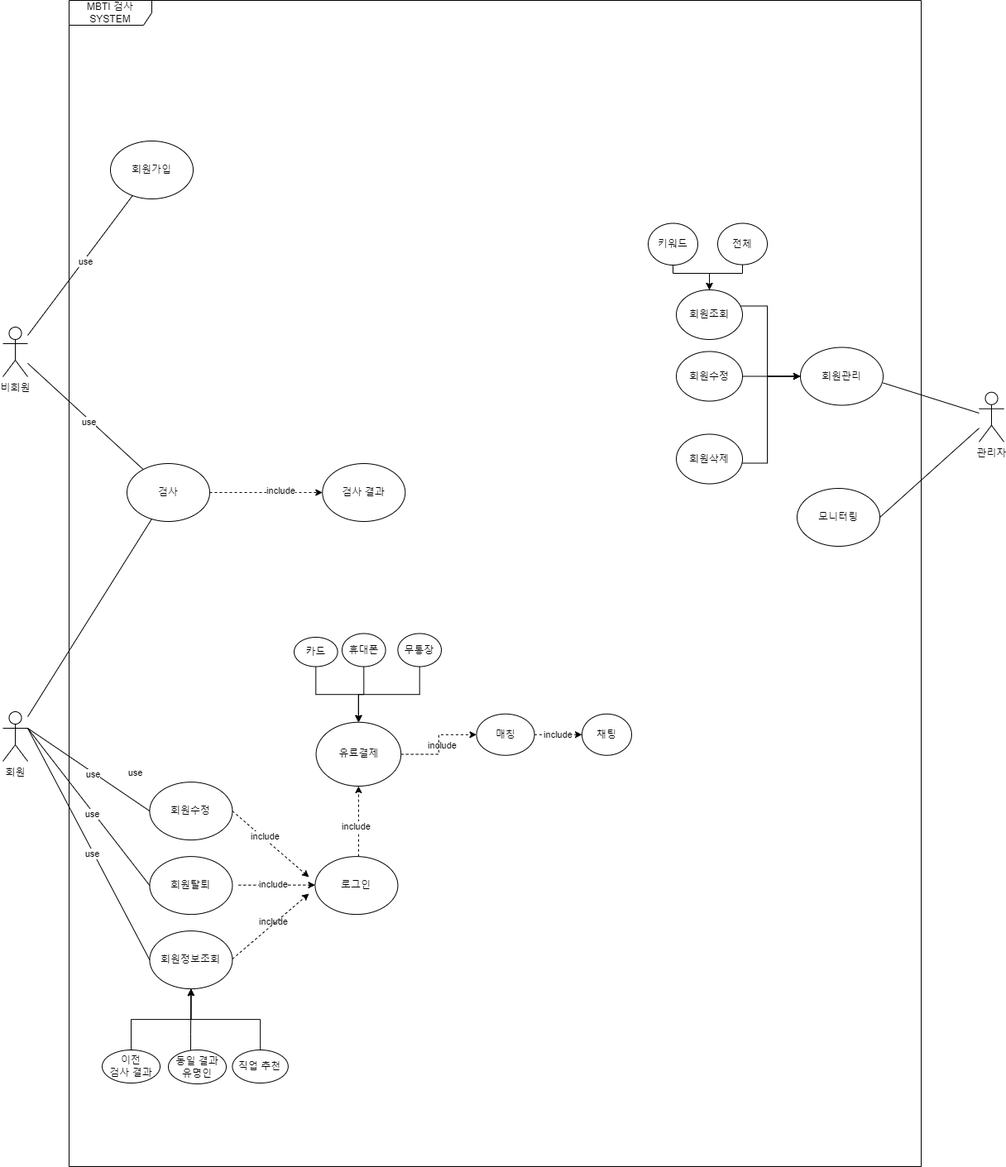
Before: 6조.drawio.png, a diagram exported from draw.io (JIWON55/TESTREPO_01). Source tidied: cells renumbered, new cells last; positions are measured from the earlier drawing's top-left corner, leaving out a move shared by most shapes.
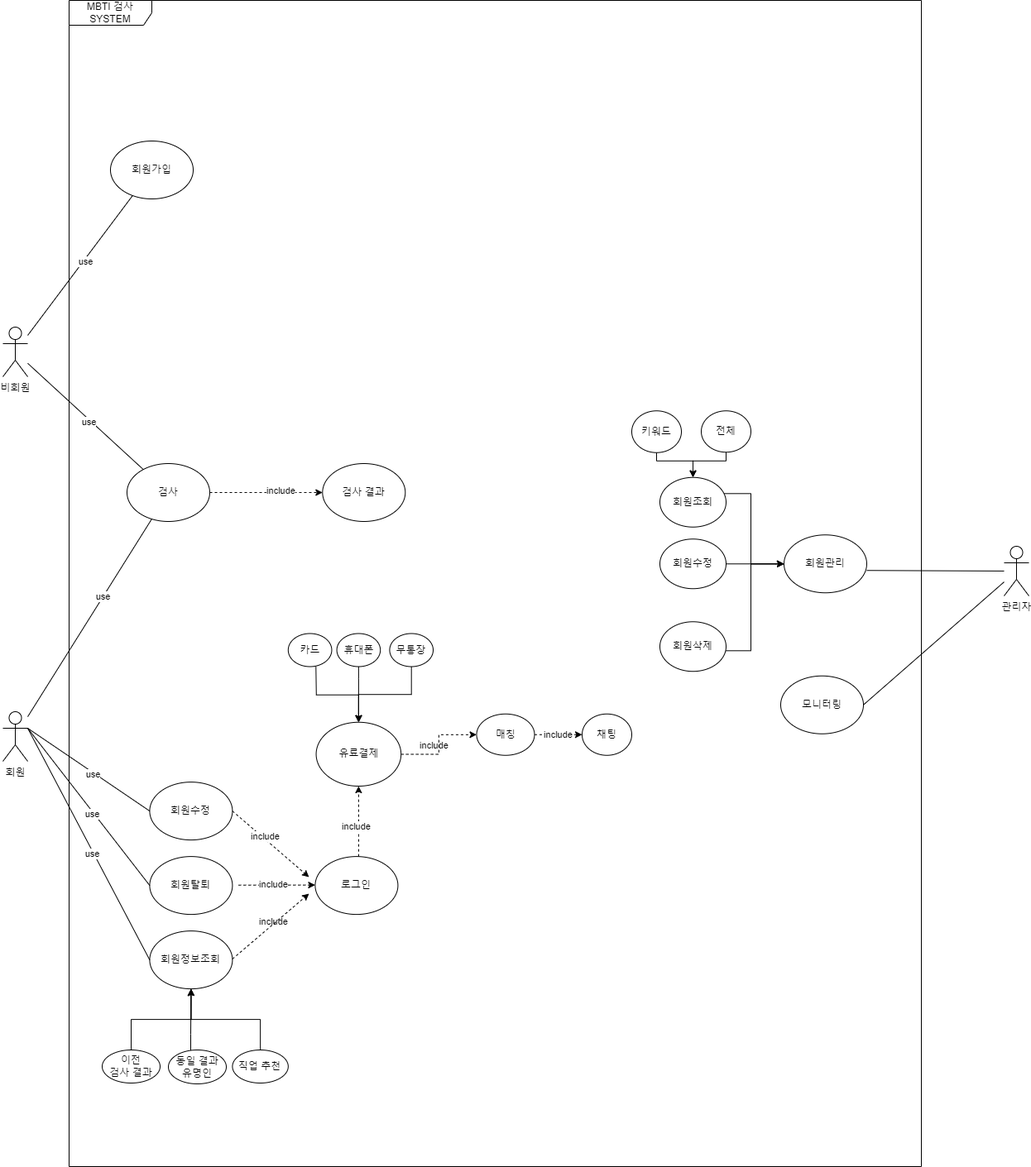
The same file after the commit.

Commit message:
6조.drawio.png 업데이트

Change to the diagram source:
```diff
@@ -9,7 +9,7 @@
       <mxGeometry y="395" width="30" height="60" as="geometry" />
     </mxCell>
     <mxCell id="4" value="관리자" style="shape=umlActor;verticalLabelPosition=bottom;verticalAlign=top;html=1;outlineConnect=0;" parent="1" vertex="1">
-      <mxGeometry x="1180" y="473.8" width="30" height="60" as="geometry" />
+      <mxGeometry x="1210" y="660" width="30" height="60" as="geometry" />
     </mxCell>
     <mxCell id="5" value="MBTI 검사&lt;br&gt;SYSTEM" style="shape=umlFrame;whiteSpace=wrap;html=1;width=100;height=30;" parent="1" vertex="1">
       <mxGeometry x="80" width="1030" height="1410" as="geometry" />
@@ -73,10 +73,10 @@
       <mxGeometry x="150" y="560" width="100" height="70" as="geometry" />
     </mxCell>
     <mxCell id="22" value="회원관리" style="ellipse;whiteSpace=wrap;html=1;" parent="1" vertex="1">
-      <mxGeometry x="964" y="419.5" width="100" height="70" as="geometry" />
+      <mxGeometry x="944" y="646.2" width="100" height="70" as="geometry" />
     </mxCell>
     <mxCell id="23" value="모니터링" style="ellipse;whiteSpace=wrap;html=1;" parent="1" vertex="1">
-      <mxGeometry x="960" y="590" width="100" height="70" as="geometry" />
+      <mxGeometry x="940" y="816.8" width="100" height="70" as="geometry" />
     </mxCell>
     <mxCell id="24" style="edgeStyle=orthogonalEdgeStyle;rounded=0;orthogonalLoop=1;jettySize=auto;html=1;exitX=0.5;exitY=1;exitDx=0;exitDy=0;" parent="1" edge="1" source="23" target="23">
       <mxGeometry relative="1" as="geometry" />
@@ -84,35 +84,35 @@
     <mxCell id="25" style="edgeStyle=orthogonalEdgeStyle;rounded=0;jettySize=auto;html=1;" parent="1" edge="1" source="26" target="22">
       <mxGeometry relative="1" as="geometry">
         <Array as="points">
-          <mxPoint x="924" y="559.5" />
-          <mxPoint x="924" y="454.5" />
+          <mxPoint x="904" y="786.2" />
+          <mxPoint x="904" y="681.2" />
         </Array>
       </mxGeometry>
     </mxCell>
     <mxCell id="26" value="회원삭제" style="ellipse;whiteSpace=wrap;html=1;" parent="1" vertex="1">
-      <mxGeometry x="814" y="524.5" width="80" height="60" as="geometry" />
+      <mxGeometry x="794" y="751.2" width="80" height="60" as="geometry" />
     </mxCell>
     <mxCell id="27" style="edgeStyle=orthogonalEdgeStyle;rounded=0;jettySize=auto;html=1;" parent="1" edge="1" source="28" target="22">
       <mxGeometry relative="1" as="geometry">
         <Array as="points">
-          <mxPoint x="954" y="454.5" />
-          <mxPoint x="954" y="454.5" />
+          <mxPoint x="934" y="681.2" />
+          <mxPoint x="934" y="681.2" />
         </Array>
       </mxGeometry>
     </mxCell>
     <mxCell id="28" value="회원수정" style="ellipse;whiteSpace=wrap;html=1;" parent="1" vertex="1">
-      <mxGeometry x="814" y="424.5" width="80" height="60" as="geometry" />
+      <mxGeometry x="794" y="651.2" width="80" height="60" as="geometry" />
     </mxCell>
     <mxCell id="29" style="edgeStyle=orthogonalEdgeStyle;rounded=0;jettySize=auto;html=1;" parent="1" edge="1" source="30" target="22">
       <mxGeometry relative="1" as="geometry">
         <Array as="points">
-          <mxPoint x="924" y="369.5" />
-          <mxPoint x="924" y="454.5" />
+          <mxPoint x="904" y="596.2" />
+          <mxPoint x="904" y="681.2" />
         </Array>
       </mxGeometry>
     </mxCell>
     <mxCell id="30" value="회원조회" style="ellipse;whiteSpace=wrap;html=1;" parent="1" vertex="1">
-      <mxGeometry x="814" y="350" width="80" height="60" as="geometry" />
+      <mxGeometry x="794" y="576.8" width="80" height="60" as="geometry" />
     </mxCell>
     <mxCell id="31" style="endArrow=none;html=1;rounded=0;exitX=1;exitY=0.614;exitDx=0;exitDy=0;exitPerimeter=0;" parent="1" edge="1" source="22" target="4">
       <mxGeometry relative="1" as="geometry" />
@@ -123,31 +123,31 @@
     <mxCell id="33" style="edgeStyle=orthogonalEdgeStyle;rounded=0;jettySize=auto;html=1;" parent="1" edge="1" source="34" target="30">
       <mxGeometry relative="1" as="geometry">
         <Array as="points">
-          <mxPoint x="894" y="330" />
-          <mxPoint x="854" y="330" />
+          <mxPoint x="874" y="556.8" />
+          <mxPoint x="834" y="556.8" />
         </Array>
       </mxGeometry>
     </mxCell>
     <mxCell id="34" value="전체" style="ellipse;whiteSpace=wrap;html=1;" parent="1" vertex="1">
-      <mxGeometry x="864" y="269.5" width="60" height="50" as="geometry" />
+      <mxGeometry x="844" y="496.2" width="60" height="50" as="geometry" />
     </mxCell>
     <mxCell id="35" style="edgeStyle=orthogonalEdgeStyle;rounded=0;jettySize=auto;html=1;" parent="1" edge="1" source="36" target="30">
       <mxGeometry relative="1" as="geometry">
         <Array as="points">
-          <mxPoint x="810" y="330" />
-          <mxPoint x="854" y="330" />
+          <mxPoint x="790" y="556.8" />
+          <mxPoint x="834" y="556.8" />
         </Array>
       </mxGeometry>
     </mxCell>
     <mxCell id="36" value="키워드" style="ellipse;whiteSpace=wrap;html=1;" parent="1" vertex="1">
-      <mxGeometry x="780" y="269.5" width="60" height="50.5" as="geometry" />
+      <mxGeometry x="760" y="496.2" width="60" height="50.5" as="geometry" />
     </mxCell>
     <mxCell id="37" style="endArrow=none;html=1;rounded=0;" parent="1" edge="1" source="2" target="21">
       <mxGeometry relative="1" as="geometry" />
     </mxCell>
     <mxCell id="38" value="use" style="edgeLabel;html=1;align=center;verticalAlign=middle;" parent="37" vertex="1">
       <mxGeometry x="0.07" y="-2" relative="1" as="geometry">
-        <mxPoint x="47" y="195" as="offset" />
+        <mxPoint x="8" y="-18" as="offset" />
       </mxGeometry>
     </mxCell>
     <mxCell id="39" style="endArrow=none;html=1;rounded=0;" parent="1" edge="1" source="3" target="21">
@@ -188,7 +188,7 @@
       </mxGeometry>
     </mxCell>
     <mxCell id="49" value="include" style="edgeLabel;html=1;align=center;verticalAlign=middle;" parent="1" vertex="1">
-      <mxGeometry x="530" y="900" as="geometry" />
+      <mxGeometry x="520" y="900" as="geometry" />
     </mxCell>
     <mxCell id="50" style="edgeStyle=orthogonalEdgeStyle;rounded=0;jettySize=auto;html=1;dashed=1;" parent="1" edge="1" source="51" target="53">
       <mxGeometry relative="1" as="geometry" />
@@ -202,23 +202,27 @@
     <mxCell id="53" value="매칭" style="ellipse;whiteSpace=wrap;html=1;" parent="1" vertex="1">
       <mxGeometry x="572.5" y="862.8" width="70" height="50" as="geometry" />
     </mxCell>
-    <mxCell id="54" style="edgeStyle=orthogonalEdgeStyle;rounded=0;jettySize=auto;html=1;" parent="1" edge="1" source="55" target="51">
-      <mxGeometry relative="1" as="geometry" />
+    <mxCell id="54" style="edgeStyle=orthogonalEdgeStyle;rounded=0;jettySize=auto;html=1;" parent="1" edge="1" target="51">
+      <mxGeometry relative="1" as="geometry">
+        <mxPoint x="378.3" y="805.5" as="sourcePoint" />
+      </mxGeometry>
     </mxCell>
-    <mxCell id="55" value="카드" style="ellipse;whiteSpace=wrap;html=1;" parent="1" vertex="1">
-      <mxGeometry x="352" y="770" width="52.6" height="35.5" as="geometry" />
-    </mxCell>
     <mxCell id="56" style="edgeStyle=orthogonalEdgeStyle;rounded=0;jettySize=auto;html=1;" parent="1" edge="1" source="57" target="51">
-      <mxGeometry relative="1" as="geometry" />
+      <mxGeometry relative="1" as="geometry">
+        <Array as="points">
+          <mxPoint x="430" y="820" />
+          <mxPoint x="430" y="820" />
+        </Array>
+      </mxGeometry>
     </mxCell>
     <mxCell id="57" value="휴대폰" style="ellipse;whiteSpace=wrap;html=1;" parent="1" vertex="1">
-      <mxGeometry x="410" y="765.5" width="52.6" height="40" as="geometry" />
+      <mxGeometry x="403.6" y="765.5" width="52.6" height="40" as="geometry" />
     </mxCell>
     <mxCell id="58" style="edgeStyle=orthogonalEdgeStyle;rounded=0;jettySize=auto;html=1;" parent="1" edge="1" source="59" target="51">
       <mxGeometry relative="1" as="geometry" />
     </mxCell>
     <mxCell id="59" value="무통장" style="ellipse;whiteSpace=wrap;html=1;" parent="1" vertex="1">
-      <mxGeometry x="477.4" y="765.5" width="52.6" height="40" as="geometry" />
+      <mxGeometry x="467.4" y="765.5" width="52.6" height="40" as="geometry" />
     </mxCell>
     <mxCell id="60" value="채팅" style="ellipse;whiteSpace=wrap;html=1;" parent="1" vertex="1">
       <mxGeometry x="700" y="862.8" width="60" height="50" as="geometry" />
@@ -263,5 +267,8 @@
         <mxPoint x="-224" y="98" as="offset" />
       </mxGeometry>
     </mxCell>
+    <mxCell id="55" value="카드" style="ellipse;whiteSpace=wrap;html=1;" parent="1" vertex="1">
+      <mxGeometry x="344.8" y="765.5" width="52.6" height="40" as="geometry" />
+    </mxCell>
   </root>
 </mxGraphModel>
```
